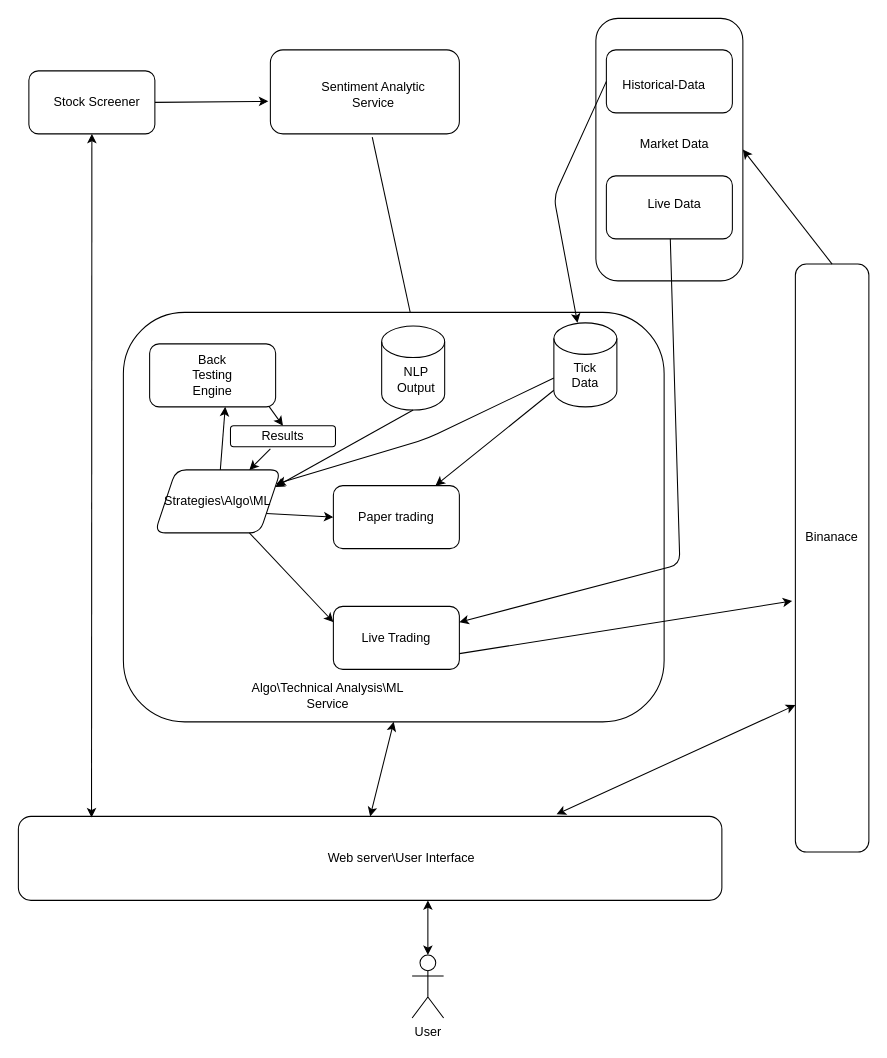
Before: CryptoArchitecture.drawio in patnamvamsi/Vritti-Trading-Platform, a draw.io diagram. Source tidied: cells renumbered, new cells numbered last; positions are measured from the earlier drawing's top-left corner, leaving out a move shared by most shapes. Both pictures are drawn from the tidied source at 105%, with x=0, y=0 at pixel (18, 18).
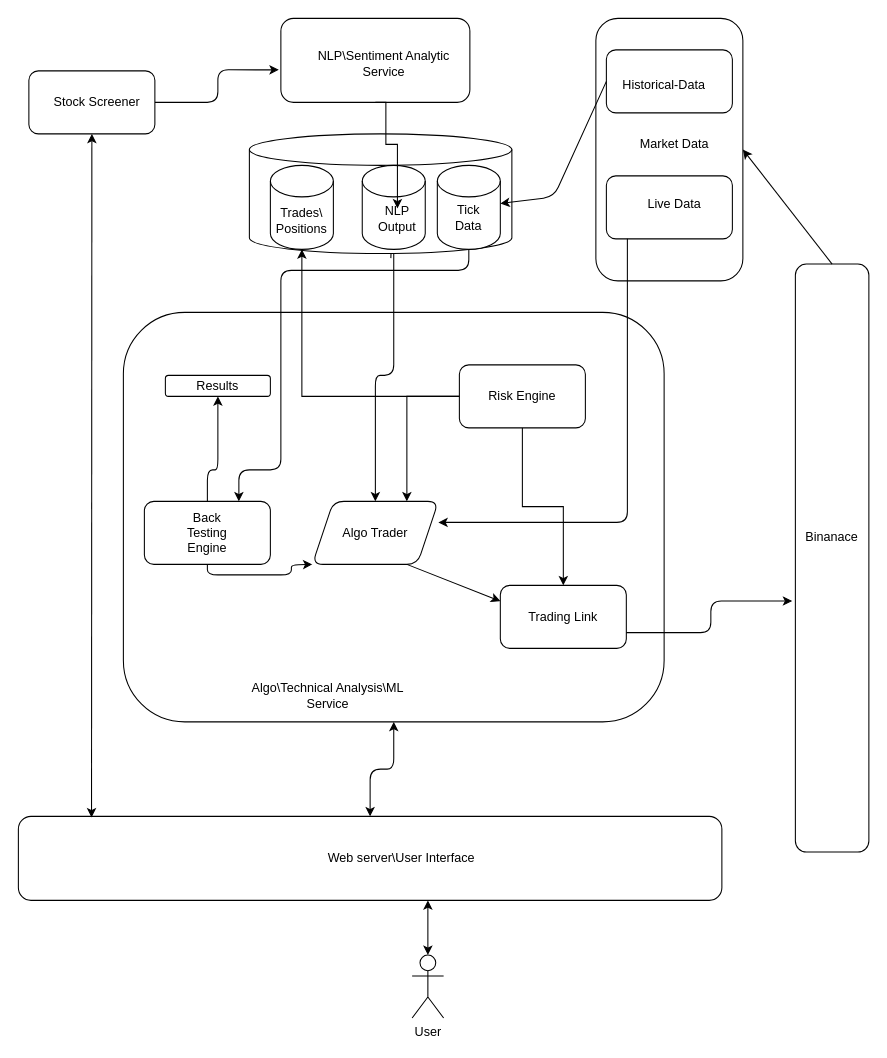
The same page after the edit.

The change refers to these unchanged cells:
```xml
<mxCell id="5" style="rounded=1;whiteSpace=wrap;html=1;labelBackgroundColor=none;" parent="3" vertex="1">
  <mxGeometry x="10" y="30" width="120" height="60" as="geometry" />
</mxCell>
<mxCell id="6" style="rounded=1;whiteSpace=wrap;html=1;labelBackgroundColor=none;" parent="3" vertex="1">
  <mxGeometry x="10" y="150" width="120" height="60" as="geometry" />
</mxCell>
<mxCell id="11" style="rounded=1;whiteSpace=wrap;html=1;labelBackgroundColor=none;" parent="10" vertex="1">
  <mxGeometry y="-10" width="180" height="80" as="geometry" />
</mxCell>
<mxCell id="14" style="rounded=1;whiteSpace=wrap;html=1;labelBackgroundColor=none;" parent="13" vertex="1">
  <mxGeometry width="120" height="60" as="geometry" />
</mxCell>
<mxCell id="17" style="rounded=1;whiteSpace=wrap;html=1;labelBackgroundColor=none;" parent="1" vertex="1">
  <mxGeometry x="100" y="280" width="515" height="390" as="geometry" />
</mxCell>
<mxCell id="19" style="rounded=1;whiteSpace=wrap;html=1;labelBackgroundColor=none;" parent="18" vertex="1">
  <mxGeometry width="70" height="560" as="geometry" />
</mxCell>
<mxCell id="30" style="rounded=1;whiteSpace=wrap;html=1;labelBackgroundColor=none;" parent="1" vertex="1">
  <mxGeometry y="760" width="670" height="80" as="geometry" />
</mxCell>
```

Diff of the diagram source:
```diff
@@
-    <mxCell id="2" style="endArrow=classic;html=1;exitX=1;exitY=0.5;exitDx=0;exitDy=0;entryX=-0.011;entryY=0.613;entryDx=0;entryDy=0;entryPerimeter=0;labelBackgroundColor=none;fontColor=default;rounded=1;" parent="1" edge="1" source="14" target="11">
+    <mxCell id="2" style="endArrow=classic;html=1;exitX=1;exitY=0.5;exitDx=0;exitDy=0;entryX=-0.011;entryY=0.613;entryDx=0;entryDy=0;entryPerimeter=0;labelBackgroundColor=none;fontColor=default;rounded=1;edgeStyle=orthogonalEdgeStyle;" parent="1" edge="1" source="14" target="11">
       <mxGeometry relative="1" as="geometry" />
     </mxCell>
@@
     <mxCell id="10" style="group;labelBackgroundColor=none;rounded=1;" parent="1" vertex="1">
-      <mxGeometry x="240" y="40" width="180" height="80" as="geometry" />
+      <mxGeometry x="250" y="10" width="180" height="80" as="geometry" />
     </mxCell>
@@
-    <mxCell id="12" value="Sentiment Analytic&amp;nbsp; Service&amp;nbsp;" style="text;html=1;strokeColor=none;fillColor=none;align=center;verticalAlign=middle;whiteSpace=wrap;rounded=1;labelBackgroundColor=none;" parent="10" vertex="1">
+    <mxCell id="12" value="NLP\Sentiment Analytic&amp;nbsp; Service&amp;nbsp;" style="text;html=1;strokeColor=none;fillColor=none;align=center;verticalAlign=middle;whiteSpace=wrap;rounded=1;labelBackgroundColor=none;" parent="10" vertex="1">
       <mxGeometry x="30" y="10" width="140" height="45" as="geometry" />
     </mxCell>
@@
-    <mxCell id="16" style="endArrow=classic;html=1;exitX=0.539;exitY=1.038;exitDx=0;exitDy=0;entryX=0.5;entryY=0;entryDx=0;entryDy=0;exitPerimeter=0;labelBackgroundColor=none;fontColor=default;rounded=1;entryPerimeter=0;" parent="1" edge="1" source="11" target="50">
+    <mxCell id="16" style="endArrow=classic;html=1;exitX=0.539;exitY=1.038;exitDx=0;exitDy=0;entryX=0.5;entryY=0;entryDx=0;entryDy=0;exitPerimeter=0;labelBackgroundColor=none;fontColor=default;rounded=1;entryPerimeter=0;" parent="1" edge="1" source="53" target="50">
       <mxGeometry relative="1" as="geometry" />
     </mxCell>
@@
-    <mxCell id="21" style="shape=cylinder3;whiteSpace=wrap;html=1;boundedLbl=1;backgroundOutline=1;size=15;labelBackgroundColor=none;rounded=1;" parent="1" vertex="1">
-      <mxGeometry x="510" y="290" width="60" height="80" as="geometry" />
-    </mxCell>
-    <mxCell id="22" value="Tick Data" style="text;html=1;strokeColor=none;fillColor=none;align=center;verticalAlign=middle;whiteSpace=wrap;rounded=1;labelBackgroundColor=none;" parent="1" vertex="1">
-      <mxGeometry x="520" y="330" width="40" height="20" as="geometry" />
-    </mxCell>
@@
-    <mxCell id="25" style="endArrow=classic;html=1;exitX=0;exitY=0.5;exitDx=0;exitDy=0;labelBackgroundColor=none;fontColor=default;rounded=1;" parent="1" edge="1" source="5" target="21">
-      <mxGeometry relative="1" as="geometry">
-        <Array as="points">
-          <mxPoint x="510" y="170" />
-        </Array>
-      </mxGeometry>
-    </mxCell>
-    <mxCell id="26" style="group;labelBackgroundColor=none;rounded=1;" parent="1" vertex="1">
-      <mxGeometry x="215" y="470" width="120" height="60" as="geometry" />
-    </mxCell>
-    <mxCell id="27" style="group;labelBackgroundColor=none;rounded=1;" parent="26" vertex="1">
-      <mxGeometry x="-90" y="-160" width="120" height="60" as="geometry" />
-    </mxCell>
-    <mxCell id="28" style="rounded=1;whiteSpace=wrap;html=1;labelBackgroundColor=none;" parent="27" vertex="1">
-      <mxGeometry width="120" height="60" as="geometry" />
-    </mxCell>
-    <mxCell id="29" value="Back Testing Engine" style="text;html=1;strokeColor=none;fillColor=none;align=center;verticalAlign=middle;whiteSpace=wrap;rounded=1;labelBackgroundColor=none;" parent="27" vertex="1">
-      <mxGeometry x="40" y="20" width="40" height="20" as="geometry" />
-    </mxCell>
@@
-    <mxCell id="34" style="endArrow=classic;startArrow=classic;html=1;entryX=0.5;entryY=1;entryDx=0;entryDy=0;labelBackgroundColor=none;fontColor=default;rounded=1;exitX=0.5;exitY=0;exitDx=0;exitDy=0;" parent="1" edge="1" source="30" target="17">
+    <mxCell id="34" style="endArrow=classic;startArrow=classic;html=1;entryX=0.5;entryY=1;entryDx=0;entryDy=0;labelBackgroundColor=none;fontColor=default;rounded=1;exitX=0.5;exitY=0;exitDx=0;exitDy=0;edgeStyle=orthogonalEdgeStyle;" parent="1" edge="1" source="30" target="17">
       <mxGeometry relative="1" as="geometry" />
     </mxCell>
-    <mxCell id="35" style="endArrow=classic;startArrow=classic;html=1;exitX=0.765;exitY=-0.025;exitDx=0;exitDy=0;entryX=0;entryY=0.75;entryDx=0;entryDy=0;exitPerimeter=0;labelBackgroundColor=none;fontColor=default;rounded=1;" parent="1" edge="1" source="30" target="19">
-      <mxGeometry relative="1" as="geometry" />
-    </mxCell>
@@
-    <mxCell id="37" value="Strategies\Algo\ML" style="shape=parallelogram;perimeter=parallelogramPerimeter;whiteSpace=wrap;html=1;fixedSize=1;labelBackgroundColor=none;rounded=1;" parent="1" vertex="1">
-      <mxGeometry x="130" y="430" width="120" height="60" as="geometry" />
+    <mxCell id="37" value="Algo Trader" style="shape=parallelogram;perimeter=parallelogramPerimeter;whiteSpace=wrap;html=1;fixedSize=1;labelBackgroundColor=none;rounded=1;" parent="1" vertex="1">
+      <mxGeometry x="280" y="460" width="120" height="60" as="geometry" />
     </mxCell>
-    <mxCell id="38" style="endArrow=classic;html=1;entryX=0.6;entryY=1;entryDx=0;entryDy=0;entryPerimeter=0;labelBackgroundColor=none;fontColor=default;rounded=1;" parent="1" edge="1" source="37" target="28">
-      <mxGeometry relative="1" as="geometry" />
+    <mxCell id="38" style="endArrow=classic;html=1;labelBackgroundColor=none;fontColor=default;rounded=1;exitX=0.5;exitY=1;exitDx=0;exitDy=0;edgeStyle=orthogonalEdgeStyle;" parent="1" edge="1" source="28">
+      <mxGeometry relative="1" as="geometry">
+        <mxPoint x="280" y="520" as="targetPoint" />
+      </mxGeometry>
     </mxCell>
-    <mxCell id="39" value="Paper trading" style="rounded=1;whiteSpace=wrap;html=1;labelBackgroundColor=none;" parent="1" vertex="1">
-      <mxGeometry x="300" y="445" width="120" height="60" as="geometry" />
-    </mxCell>
     <mxCell id="40" value="Results" style="rounded=1;whiteSpace=wrap;html=1;labelBackgroundColor=none;" parent="1" vertex="1">
-      <mxGeometry x="202" y="388" width="100" height="20" as="geometry" />
+      <mxGeometry x="140" y="340" width="100" height="20" as="geometry" />
     </mxCell>
-    <mxCell id="41" value="Live Trading" style="rounded=1;whiteSpace=wrap;html=1;labelBackgroundColor=none;" parent="1" vertex="1">
-      <mxGeometry x="300" y="560" width="120" height="60" as="geometry" />
+    <mxCell id="41" value="Trading Link" style="rounded=1;whiteSpace=wrap;html=1;labelBackgroundColor=none;" parent="1" vertex="1">
+      <mxGeometry x="459" y="540" width="120" height="60" as="geometry" />
     </mxCell>
-    <mxCell id="42" style="endArrow=classic;html=1;exitX=0.95;exitY=1;exitDx=0;exitDy=0;exitPerimeter=0;entryX=0.5;entryY=0;entryDx=0;entryDy=0;labelBackgroundColor=none;fontColor=default;rounded=1;" parent="1" edge="1" source="28" target="40">
-      <mxGeometry relative="1" as="geometry" />
+    <mxCell id="42" style="endArrow=classic;html=1;exitX=0.5;exitY=0;exitDx=0;exitDy=0;entryX=0.5;entryY=1;entryDx=0;entryDy=0;labelBackgroundColor=none;fontColor=default;rounded=1;edgeStyle=orthogonalEdgeStyle;" parent="1" edge="1" source="28" target="40">
+      <mxGeometry relative="1" as="geometry">
+        <Array as="points">
+          <mxPoint x="180" y="430" />
+          <mxPoint x="190" y="430" />
+        </Array>
+      </mxGeometry>
     </mxCell>
-    <mxCell id="43" style="endArrow=classic;html=1;exitX=1;exitY=0.75;exitDx=0;exitDy=0;entryX=0;entryY=0.5;entryDx=0;entryDy=0;labelBackgroundColor=none;fontColor=default;rounded=1;" parent="1" edge="1" source="37" target="39">
-      <mxGeometry relative="1" as="geometry" />
-    </mxCell>
@@
-    <mxCell id="45" style="endArrow=classic;html=1;labelBackgroundColor=none;fontColor=default;rounded=1;" parent="1" edge="1" target="37">
-      <mxGeometry relative="1" as="geometry">
-        <mxPoint x="240" y="410" as="sourcePoint" />
-      </mxGeometry>
-    </mxCell>
-    <mxCell id="46" style="endArrow=classic;html=1;labelBackgroundColor=none;fontColor=default;rounded=1;" parent="1" edge="1" source="21" target="39">
-      <mxGeometry relative="1" as="geometry" />
-    </mxCell>
-    <mxCell id="47" style="endArrow=classic;html=1;entryX=1;entryY=0.25;entryDx=0;entryDy=0;labelBackgroundColor=none;fontColor=default;rounded=1;" parent="1" edge="1" source="6" target="41">
+    <mxCell id="47" style="endArrow=classic;html=1;labelBackgroundColor=none;fontColor=default;rounded=1;edgeStyle=orthogonalEdgeStyle;" parent="1" edge="1" source="6">
       <mxGeometry relative="1" as="geometry">
+        <mxPoint x="400" y="480" as="targetPoint" />
         <Array as="points">
-          <mxPoint x="630" y="520" />
+          <mxPoint x="580" y="480" />
         </Array>
       </mxGeometry>
     </mxCell>
-    <mxCell id="48" style="endArrow=classic;html=1;exitX=1;exitY=0.75;exitDx=0;exitDy=0;entryX=-0.043;entryY=0.573;entryDx=0;entryDy=0;entryPerimeter=0;labelBackgroundColor=none;fontColor=default;rounded=1;" parent="1" edge="1" source="41" target="19">
+    <mxCell id="48" style="endArrow=classic;html=1;exitX=1;exitY=0.75;exitDx=0;exitDy=0;entryX=-0.043;entryY=0.573;entryDx=0;entryDy=0;entryPerimeter=0;labelBackgroundColor=none;fontColor=default;rounded=1;edgeStyle=orthogonalEdgeStyle;" parent="1" edge="1" source="41" target="19">
       <mxGeometry relative="1" as="geometry" />
     </mxCell>
-    <mxCell id="49" style="endArrow=classic;html=1;labelBackgroundColor=none;fontColor=default;rounded=1;exitX=0;exitY=0;exitDx=0;exitDy=52.5;exitPerimeter=0;" parent="1" edge="1" source="21" target="37">
+    <mxCell id="49" style="endArrow=classic;html=1;labelBackgroundColor=none;fontColor=default;rounded=1;exitX=0.5;exitY=1;exitDx=0;exitDy=0;exitPerimeter=0;edgeStyle=orthogonalEdgeStyle;entryX=0.75;entryY=0;entryDx=0;entryDy=0;" parent="1" edge="1" source="21" target="28">
       <mxGeometry relative="1" as="geometry">
         <Array as="points">
-          <mxPoint x="390" y="400" />
+          <mxPoint x="429" y="240" />
+          <mxPoint x="250" y="240" />
+          <mxPoint x="250" y="430" />
+          <mxPoint x="210" y="430" />
         </Array>
       </mxGeometry>
     </mxCell>
+    <mxCell id="52" style="endArrow=classic;html=1;exitX=0.5;exitY=1;exitDx=0;exitDy=0;exitPerimeter=0;labelBackgroundColor=none;fontColor=default;rounded=1;entryX=0.5;entryY=0;entryDx=0;entryDy=0;edgeStyle=orthogonalEdgeStyle;" parent="1" edge="1" source="50" target="37">
+      <mxGeometry relative="1" as="geometry" />
+    </mxCell>
+    <mxCell id="53" style="shape=cylinder3;whiteSpace=wrap;html=1;boundedLbl=1;backgroundOutline=1;size=15;" parent="1" vertex="1">
+      <mxGeometry x="220" y="110" width="250" height="114" as="geometry" />
+    </mxCell>
+    <mxCell id="21" style="shape=cylinder3;whiteSpace=wrap;html=1;boundedLbl=1;backgroundOutline=1;size=15;labelBackgroundColor=none;rounded=1;" parent="1" vertex="1">
+      <mxGeometry x="399" y="140" width="60" height="80" as="geometry" />
+    </mxCell>
+    <mxCell id="22" value="Tick Data" style="text;html=1;strokeColor=none;fillColor=none;align=center;verticalAlign=middle;whiteSpace=wrap;rounded=1;labelBackgroundColor=none;" parent="1" vertex="1">
+      <mxGeometry x="409" y="180" width="40" height="20" as="geometry" />
+    </mxCell>
     <mxCell id="50" style="shape=cylinder3;whiteSpace=wrap;html=1;boundedLbl=1;backgroundOutline=1;size=15;labelBackgroundColor=none;rounded=1;" parent="1" vertex="1">
-      <mxGeometry x="346" y="293" width="60" height="80" as="geometry" />
+      <mxGeometry x="327.5" y="140" width="60" height="80" as="geometry" />
     </mxCell>
     <mxCell id="51" value="NLP Output" style="text;html=1;strokeColor=none;fillColor=none;align=center;verticalAlign=middle;whiteSpace=wrap;rounded=1;labelBackgroundColor=none;" parent="1" vertex="1">
-      <mxGeometry x="359" y="334" width="40" height="20" as="geometry" />
+      <mxGeometry x="340.5" y="181" width="40" height="20" as="geometry" />
     </mxCell>
-    <mxCell id="52" style="endArrow=classic;html=1;exitX=0.5;exitY=1;exitDx=0;exitDy=0;entryX=1;entryY=0.25;entryDx=0;entryDy=0;exitPerimeter=0;labelBackgroundColor=none;fontColor=default;rounded=1;" parent="1" edge="1" source="50" target="37">
-      <mxGeometry relative="1" as="geometry" />
-    </mxCell>
+    <mxCell id="28" style="rounded=1;whiteSpace=wrap;html=1;labelBackgroundColor=none;" parent="1" vertex="1">
+      <mxGeometry x="120" y="460" width="120" height="60" as="geometry" />
+    </mxCell>
+    <mxCell id="29" value="Back Testing Engine" style="text;html=1;strokeColor=none;fillColor=none;align=center;verticalAlign=middle;whiteSpace=wrap;rounded=1;labelBackgroundColor=none;" parent="1" vertex="1">
+      <mxGeometry x="160" y="480" width="40" height="20" as="geometry" />
+    </mxCell>
+    <mxCell id="54" style="edgeStyle=orthogonalEdgeStyle;rounded=0;jettySize=auto;html=1;exitX=0.5;exitY=1;exitDx=0;exitDy=0;" parent="1" edge="1" source="11" target="51">
+      <mxGeometry relative="1" as="geometry">
+        <Array as="points">
+          <mxPoint x="350" y="80" />
+          <mxPoint x="350" y="120" />
+          <mxPoint x="361" y="120" />
+        </Array>
+      </mxGeometry>
+    </mxCell>
+    <mxCell id="25" style="endArrow=classic;html=1;exitX=0;exitY=0.5;exitDx=0;exitDy=0;labelBackgroundColor=none;fontColor=default;rounded=1;" parent="1" edge="1" source="5" target="21">
+      <mxGeometry relative="1" as="geometry">
+        <Array as="points">
+          <mxPoint x="510" y="170" />
+        </Array>
+      </mxGeometry>
+    </mxCell>
+    <mxCell id="55" style="edgeStyle=orthogonalEdgeStyle;rounded=0;jettySize=auto;html=1;entryX=0.5;entryY=0;entryDx=0;entryDy=0;" parent="1" edge="1" source="57" target="41">
+      <mxGeometry relative="1" as="geometry" />
+    </mxCell>
+    <mxCell id="56" style="edgeStyle=orthogonalEdgeStyle;rounded=0;jettySize=auto;html=1;entryX=0.75;entryY=0;entryDx=0;entryDy=0;" parent="1" edge="1" source="57" target="37">
+      <mxGeometry relative="1" as="geometry" />
+    </mxCell>
+    <mxCell id="57" value="Risk Engine" style="rounded=1;whiteSpace=wrap;html=1;labelBackgroundColor=none;" parent="1" vertex="1">
+      <mxGeometry x="420" y="330" width="120" height="60" as="geometry" />
+    </mxCell>
+    <mxCell id="58" value="Trades\&lt;br&gt;Positions" style="shape=cylinder3;whiteSpace=wrap;html=1;boundedLbl=1;backgroundOutline=1;size=15;labelBackgroundColor=none;rounded=1;" parent="1" vertex="1">
+      <mxGeometry x="240" y="140" width="60" height="80" as="geometry" />
+    </mxCell>
+    <mxCell id="59" style="edgeStyle=orthogonalEdgeStyle;rounded=0;jettySize=auto;html=1;entryX=0.5;entryY=1;entryDx=0;entryDy=0;entryPerimeter=0;" parent="1" edge="1" source="57" target="58">
+      <mxGeometry relative="1" as="geometry" />
+    </mxCell>
```
